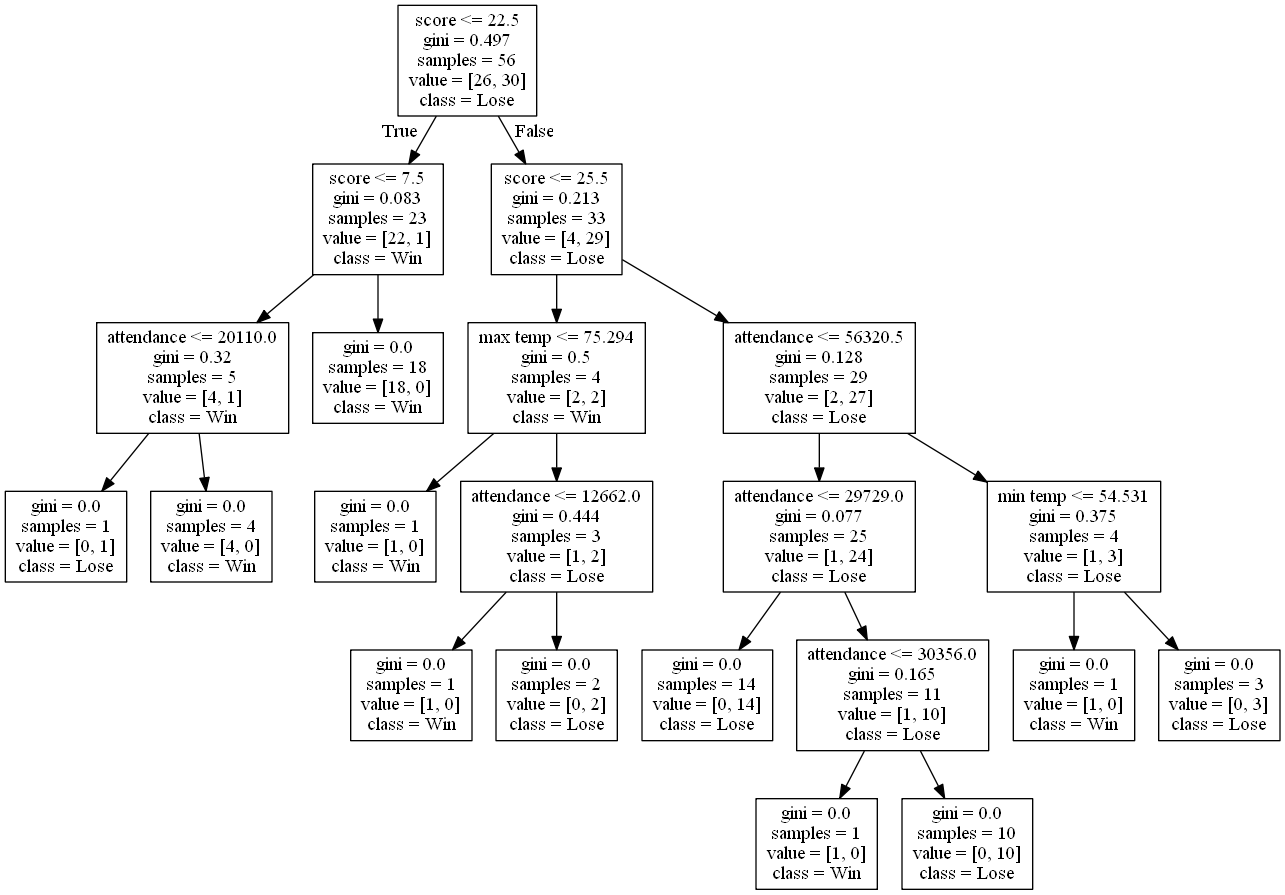
Earlier version of the Graphviz export DecisionTrees/decision_tree_with_score6.png (alexana-steck/CSE482Project). Its source is kept beside it as DecisionTrees/decision_tree_with_score6.dot.
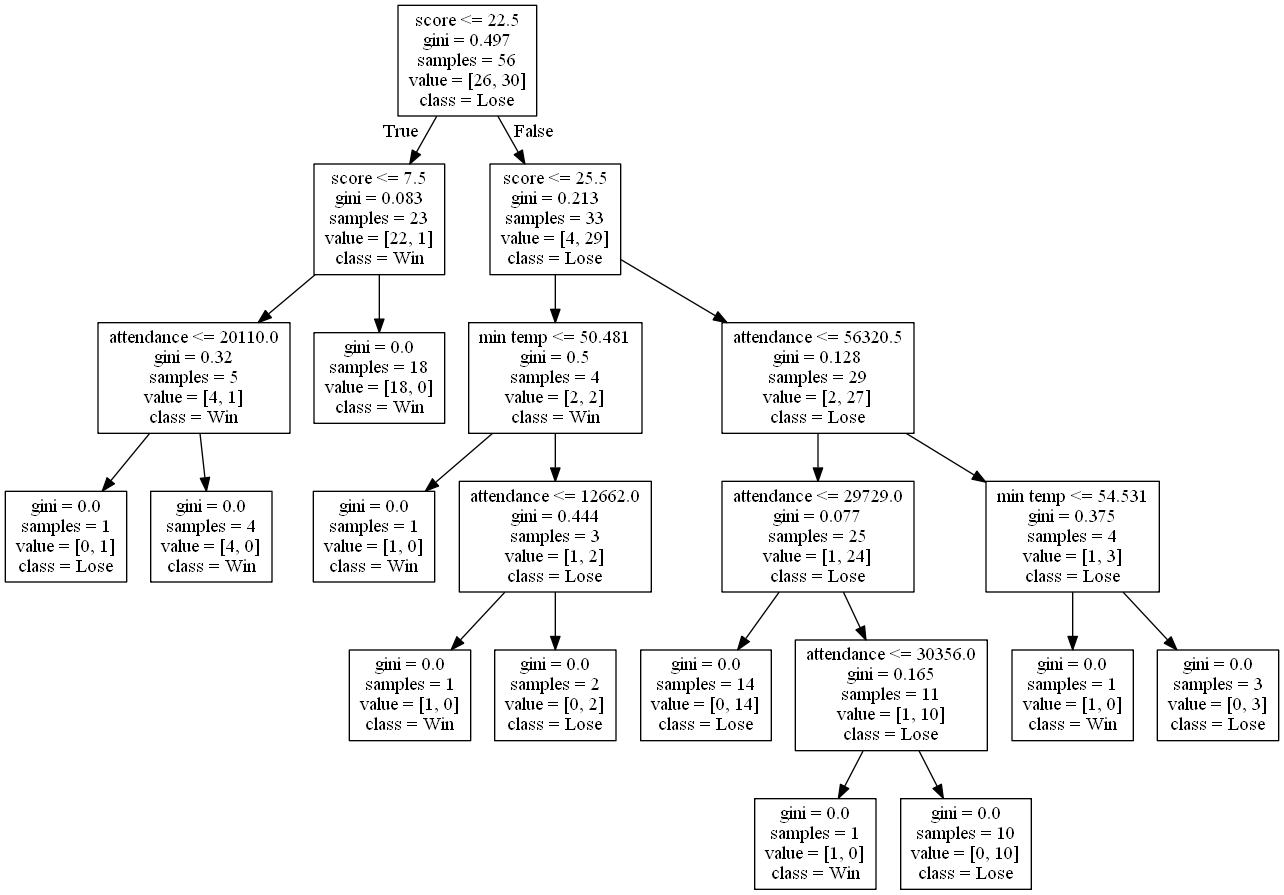
After the commit.

Change to the diagram source:
```diff
@@ -13,7 +13,7 @@
 1 -> 5 ;
 6 [label="score <= 25.5\ngini = 0.213\nsamples = 33\nvalue = [4, 29]\nclass = Lose"] ;
 0 -> 6 [labeldistance=2.5, labelangle=-45, headlabel="False"] ;
-7 [label="max temp <= 75.294\ngini = 0.5\nsamples = 4\nvalue = [2, 2]\nclass = Win"] ;
+7 [label="min temp <= 50.481\ngini = 0.5\nsamples = 4\nvalue = [2, 2]\nclass = Win"] ;
 6 -> 7 ;
 8 [label="gini = 0.0\nsamples = 1\nvalue = [1, 0]\nclass = Win"] ;
 7 -> 8 ;
```
